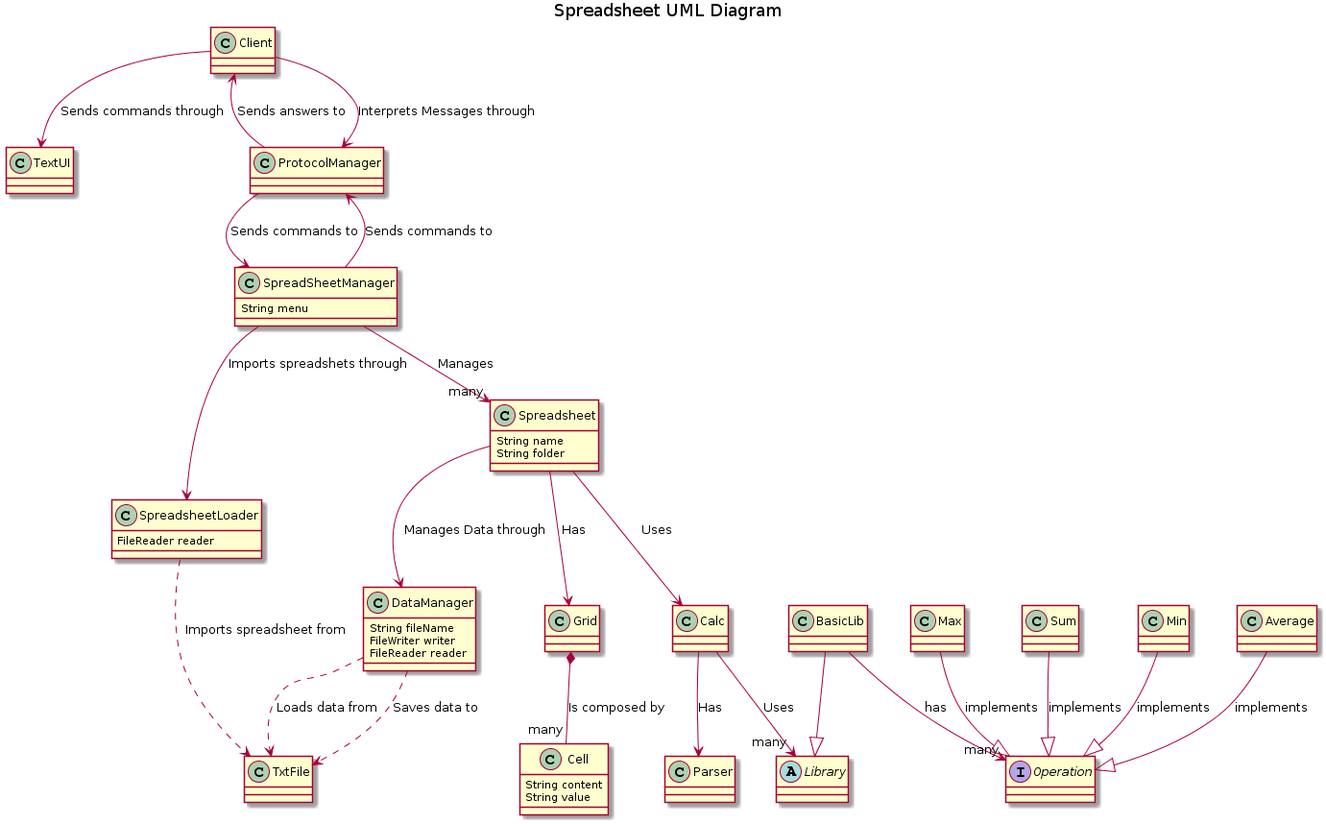
This is docs/domain_model_spreadsheet.png from RogerAylagas/MATT-ARQSOFT, a PlantUML export, as it was before one commit.
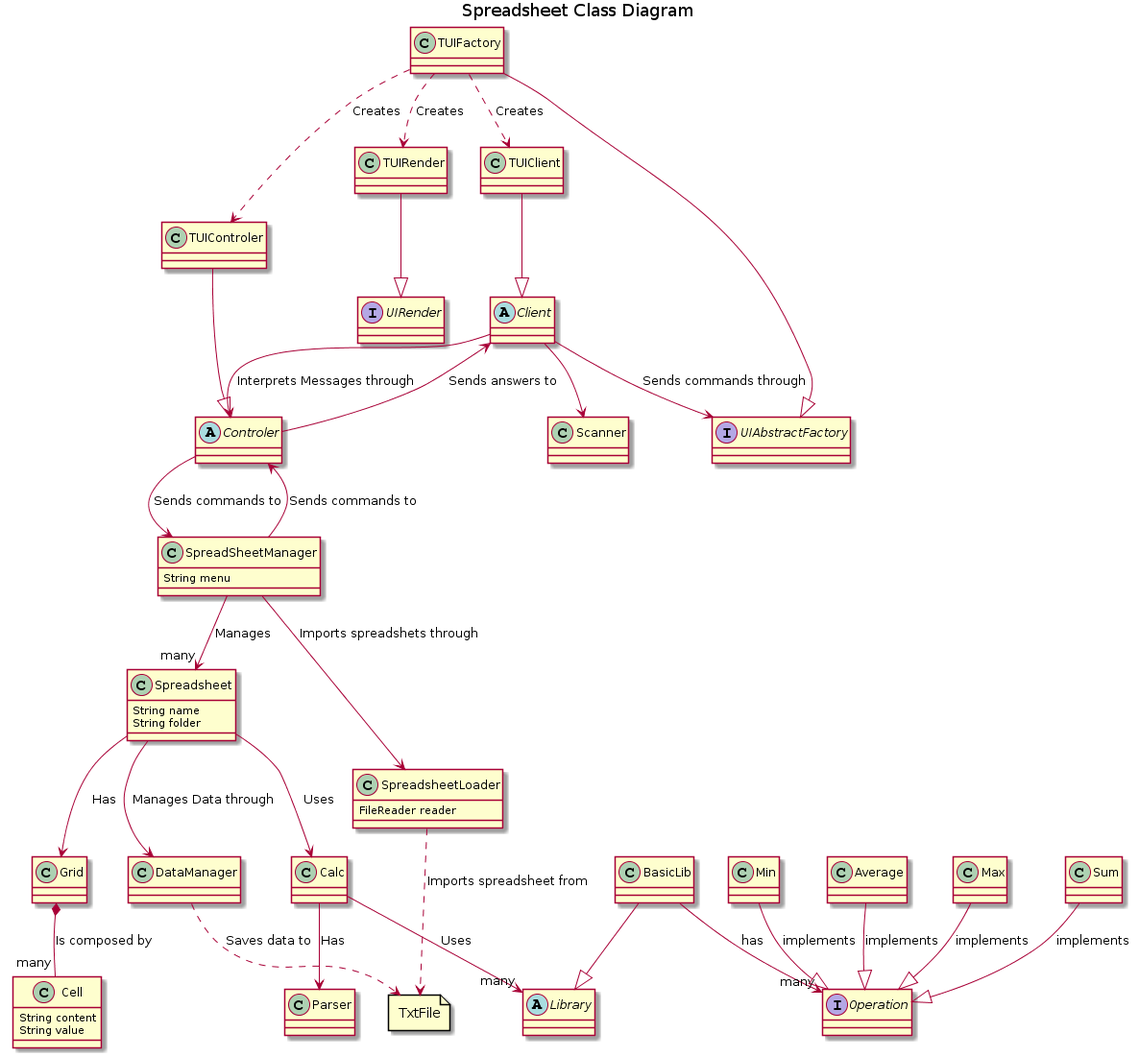
The same diagram one commit later.

What changed in the source:
```diff
@@ -1,9 +1,15 @@
 @startuml
-title Spreadsheet UML Diagram
-
-class Client
-class TextUI
-class ProtocolManager
+title Spreadsheet Class Diagram
+allow_mixing
+abstract Client
+class TUIClient
+class TUIRender
+class Scanner
+interface UIAbstractFactory
+interface UIRender
+class TUIFactory
+abstract Controler
+class TUIControler
 class Spreadsheet{
     String name
     String folder
@@ -12,14 +18,10 @@
     String content
     String value
 }
-class TxtFile
+file TxtFile
 abstract class Library
 class BasicLib
-class DataManager{
-    String fileName
-    FileWriter writer
-    FileReader reader
-}
+class DataManager
 class SpreadsheetLoader{
     FileReader reader
 }
@@ -35,17 +37,24 @@
 class Average
 class Max
 
-Client --> TextUI : Sends commands through
-Client --> ProtocolManager: Interprets Messages through
-Client <-- ProtocolManager: Sends answers to
-ProtocolManager --> SpreadSheetManager: Sends commands to
-SpreadSheetManager --> ProtocolManager: Sends commands to
+Client --> Scanner
+TUIControler --|> Controler
+TUIClient --|> Client
+TUIRender --|> UIRender
+TUIFactory ..> TUIClient: Creates
+TUIFactory ..> TUIRender: Creates
+TUIFactory ..> TUIControler: Creates
+Client --> UIAbstractFactory : Sends commands through
+TUIFactory --|> UIAbstractFactory
+Client --> Controler: Interprets Messages through
+Client <-- Controler: Sends answers to
+Controler --> SpreadSheetManager: Sends commands to
+SpreadSheetManager --> Controler: Sends commands to
 SpreadSheetManager --> "many" Spreadsheet: Manages
 Spreadsheet --> DataManager: Manages Data through
 Spreadsheet --> Grid : Has
 Grid *-- "many" Cell: Is composed by
 Spreadsheet --> Calc: Uses
-DataManager ..> TxtFile: Loads data from
 DataManager ..> TxtFile: Saves data to
 BasicLib --|> Library
 BasicLib --> "many" Operation: has
```
